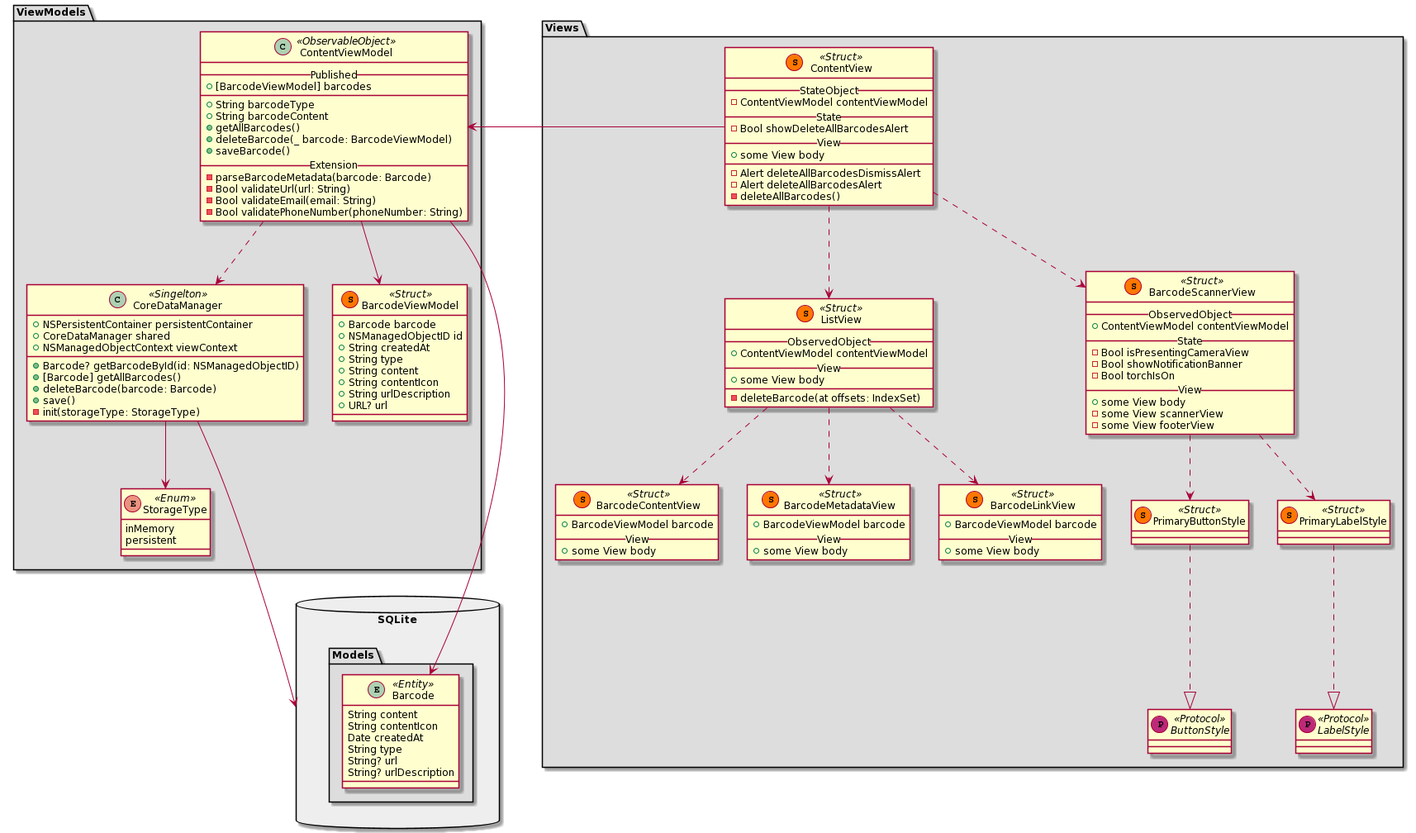
The PlantUML diagram TagMyPlantReport/PlantUML/class_diagram.png in DimakDev/TagMyPlant, before a commit.
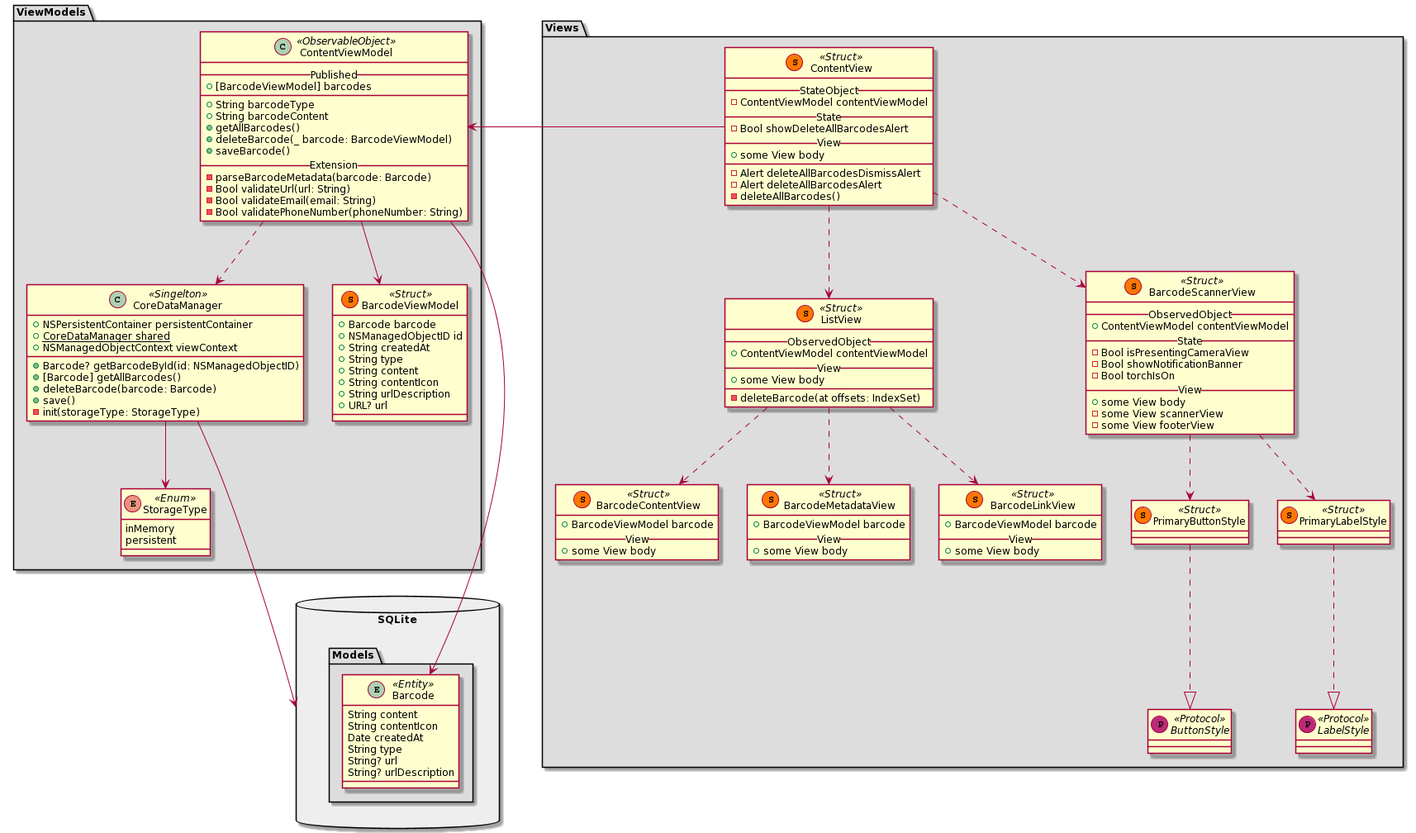
The same file after the commit.

Change to the diagram source:
```diff
@@ -22,7 +22,7 @@
 
     class CoreDataManager << Singelton >> {
         + NSPersistentContainer persistentContainer
-        + CoreDataManager shared
+        +{static} CoreDataManager shared
         + NSManagedObjectContext viewContext
         + Barcode? getBarcodeById(id: NSManagedObjectID)
         + [Barcode] getAllBarcodes()
```
